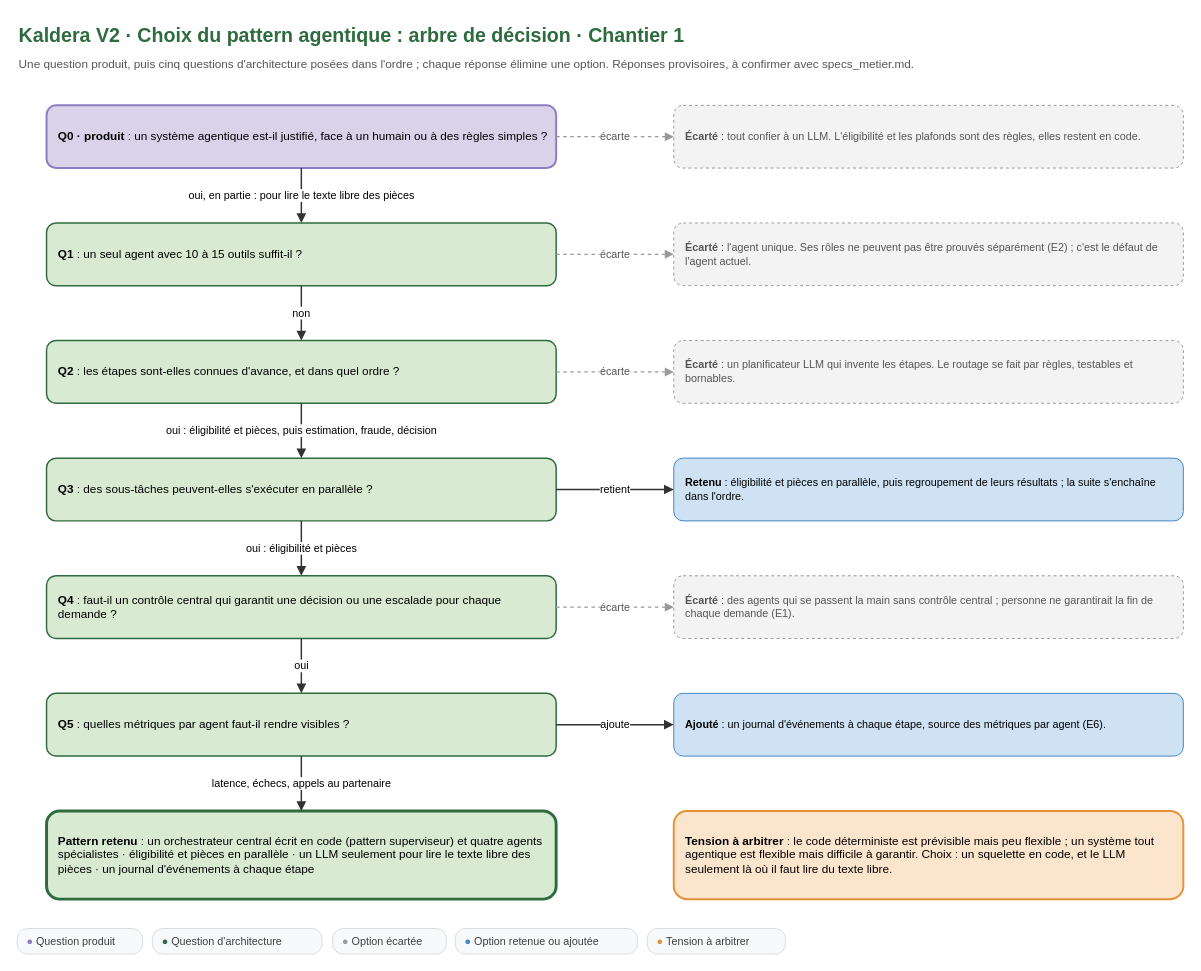
Earlier version of the draw.io diagram schemas/schema-0-arbre-de-decision.drawio (Ganda15/kaldera-v2-conception). Source tidied: cells renumbered, new cells numbered last; positions are measured from the earlier drawing's top-left corner, leaving out a move shared by most shapes. Both pictures are drawn from the tidied source at 98%, with x=0, y=0 at pixel (17, 17).
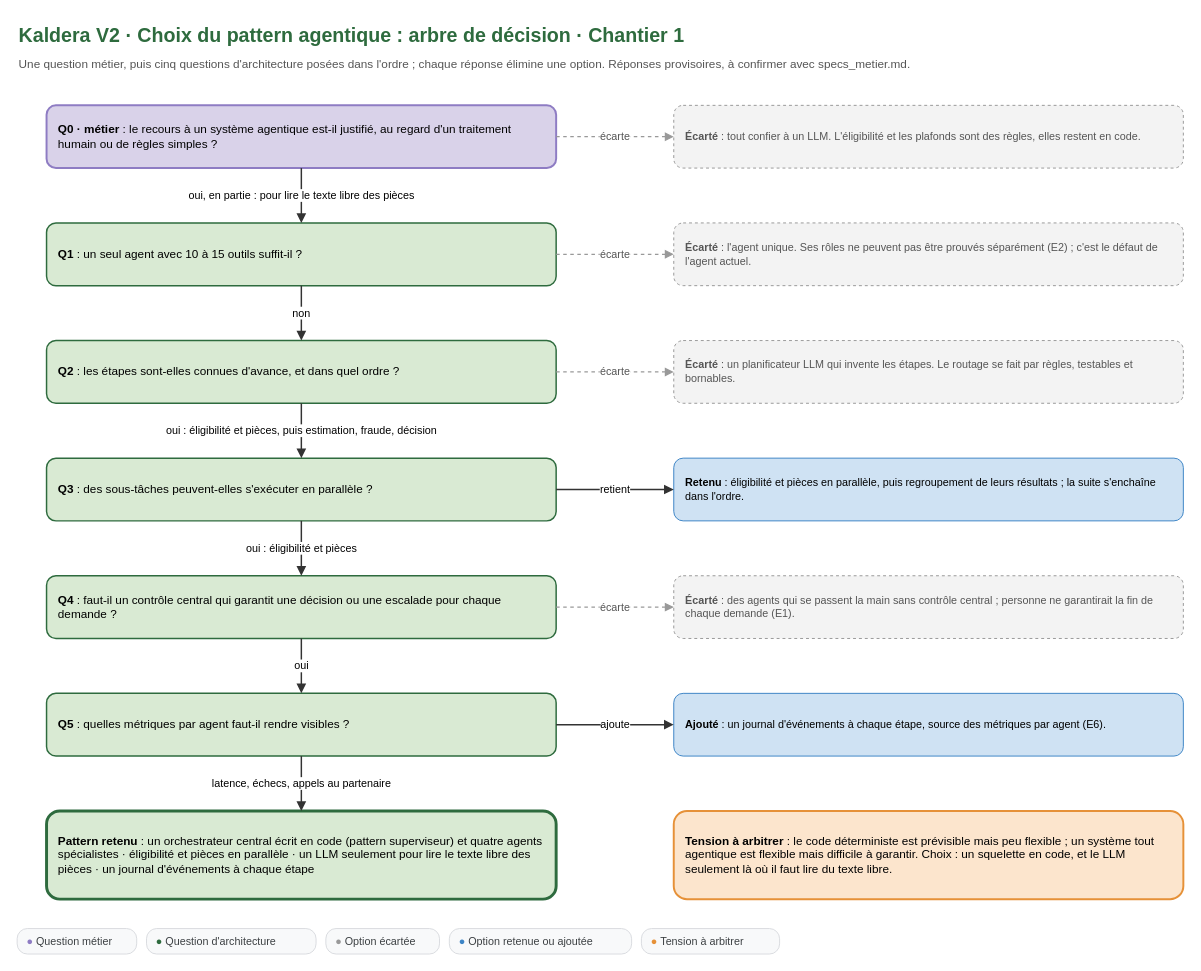
Above is the later version.

Commit message (it also covers changes not shown here):
docs(chantier 1): vocabulaire professionnel du cadrage métier

Diff of the diagram source:
```diff
@@
-    <mxCell id="3" value="Une question produit, puis cinq questions d'architecture posées dans l'ordre ; chaque réponse élimine une option. Réponses provisoires, à confirmer avec specs_metier.md." style="text;html=1;fontFamily=Arial;fontSize=12;fontColor=#555555;align=left;verticalAlign=top;whiteSpace=wrap;" parent="1" vertex="1">
+    <mxCell id="3" value="Une question métier, puis cinq questions d'architecture posées dans l'ordre ; chaque réponse élimine une option. Réponses provisoires, à confirmer avec specs_metier.md." style="text;html=1;fontFamily=Arial;fontSize=12;fontColor=#555555;align=left;verticalAlign=top;whiteSpace=wrap;" parent="1" vertex="1">
       <mxGeometry y="34" width="1180" height="22" as="geometry" />
     </mxCell>
-    <mxCell id="4" value="&lt;b&gt;Q0 · produit&lt;/b&gt; : un système agentique est-il justifié, face à un humain ou à des règles simples ?" style="whiteSpace=wrap;html=1;fontFamily=Arial;fontSize=12;align=left;spacingLeft=10;spacingRight=8;verticalAlign=top;spacingTop=6;verticalAlign=middle;spacingTop=0;rounded=1;fillColor=#d9d2e9;strokeColor=#8e7cc3;strokeWidth=2;" parent="1" vertex="1">
+    <mxCell id="4" value="&lt;b&gt;Q0 · métier&lt;/b&gt; : le recours à un système agentique est-il justifié, au regard d'un traitement humain ou de règles simples ?" style="whiteSpace=wrap;html=1;fontFamily=Arial;fontSize=12;align=left;spacingLeft=10;spacingRight=8;verticalAlign=top;spacingTop=6;verticalAlign=middle;spacingTop=0;rounded=1;fillColor=#d9d2e9;strokeColor=#8e7cc3;strokeWidth=2;" parent="1" vertex="1">
       <mxGeometry x="30" y="90" width="520" height="64" as="geometry" />
     </mxCell>
@@
-    <mxCell id="30" value="&lt;font color=&quot;#8e7cc3&quot;&gt;&amp;#9679;&lt;/font&gt;&amp;nbsp;Question produit" style="rounded=1;whiteSpace=nowrap;html=1;fillColor=#f8f9fa;strokeColor=#dadce0;fontSize=11;fontColor=#3c4043;align=left;spacingLeft=8;verticalAlign=middle;arcSize=40;" parent="1" vertex="1">
-      <mxGeometry y="930" width="128" height="26" as="geometry" />
+    <mxCell id="30" value="&lt;font color=&quot;#8e7cc3&quot;&gt;&amp;#9679;&lt;/font&gt;&amp;nbsp;Question métier" style="rounded=1;whiteSpace=nowrap;html=1;fillColor=#f8f9fa;strokeColor=#dadce0;fontSize=11;fontColor=#3c4043;align=left;spacingLeft=8;verticalAlign=middle;arcSize=40;" parent="1" vertex="1">
+      <mxGeometry y="930" width="122" height="26" as="geometry" />
     </mxCell>
     <mxCell id="31" value="&lt;font color=&quot;#2E6B3E&quot;&gt;&amp;#9679;&lt;/font&gt;&amp;nbsp;Question d'architecture" style="rounded=1;whiteSpace=nowrap;html=1;fillColor=#f8f9fa;strokeColor=#dadce0;fontSize=11;fontColor=#3c4043;align=left;spacingLeft=8;verticalAlign=middle;arcSize=40;" parent="1" vertex="1">
-      <mxGeometry x="138" y="930" width="173" height="26" as="geometry" />
+      <mxGeometry x="132" y="930" width="173" height="26" as="geometry" />
     </mxCell>
     <mxCell id="32" value="&lt;font color=&quot;#999999&quot;&gt;&amp;#9679;&lt;/font&gt;&amp;nbsp;Option écartée" style="rounded=1;whiteSpace=nowrap;html=1;fillColor=#f8f9fa;strokeColor=#dadce0;fontSize=11;fontColor=#3c4043;align=left;spacingLeft=8;verticalAlign=middle;arcSize=40;" parent="1" vertex="1">
-      <mxGeometry x="322" y="930" width="116" height="26" as="geometry" />
+      <mxGeometry x="315" y="930" width="116" height="26" as="geometry" />
     </mxCell>
     <mxCell id="33" value="&lt;font color=&quot;#3d85c6&quot;&gt;&amp;#9679;&lt;/font&gt;&amp;nbsp;Option retenue ou ajoutée" style="rounded=1;whiteSpace=nowrap;html=1;fillColor=#f8f9fa;strokeColor=#dadce0;fontSize=11;fontColor=#3c4043;align=left;spacingLeft=8;verticalAlign=middle;arcSize=40;" parent="1" vertex="1">
-      <mxGeometry x="447" y="930" width="186" height="26" as="geometry" />
+      <mxGeometry x="441" y="930" width="186" height="26" as="geometry" />
     </mxCell>
     <mxCell id="34" value="&lt;font color=&quot;#e69138&quot;&gt;&amp;#9679;&lt;/font&gt;&amp;nbsp;Tension à arbitrer" style="rounded=1;whiteSpace=nowrap;html=1;fillColor=#f8f9fa;strokeColor=#dadce0;fontSize=11;fontColor=#3c4043;align=left;spacingLeft=8;verticalAlign=middle;arcSize=40;" parent="1" vertex="1">
-      <mxGeometry x="643" y="930" width="141" height="26" as="geometry" />
+      <mxGeometry x="637" y="930" width="141" height="26" as="geometry" />
     </mxCell>
```
